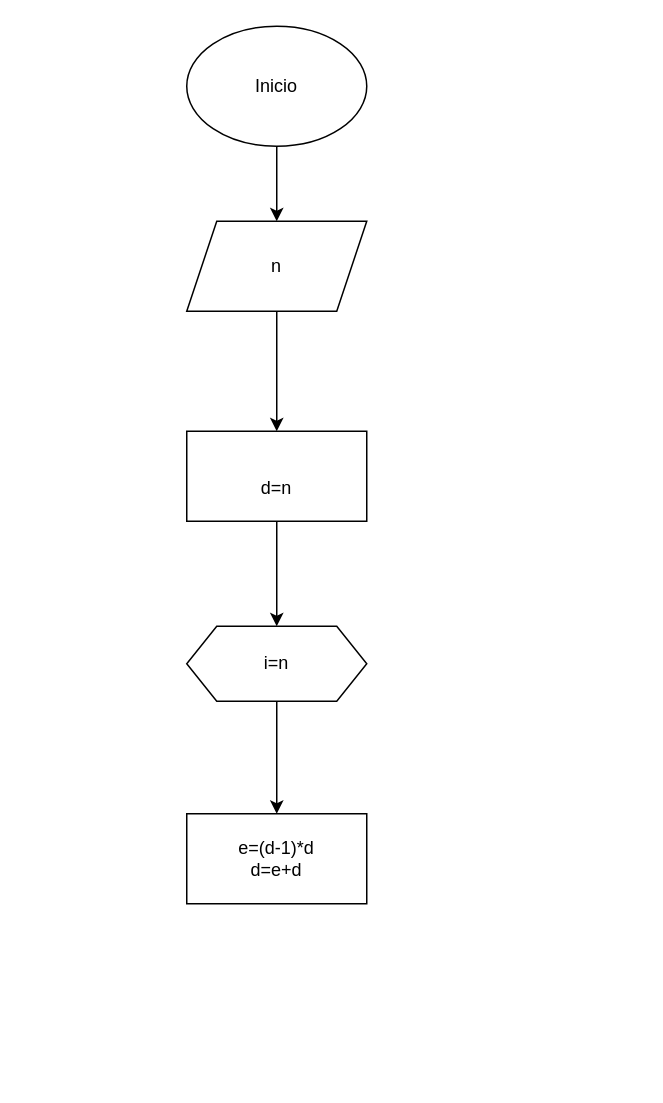
Before: diagrama.drawio in olarte18/factorial, a draw.io diagram. Source tidied: cells renumbered, new cells numbered last; positions are measured from the earlier drawing's top-left corner, leaving out a move shared by most shapes. Both pictures are drawn from the tidied source at 150%, with x=0, y=0 at pixel (186, 26).
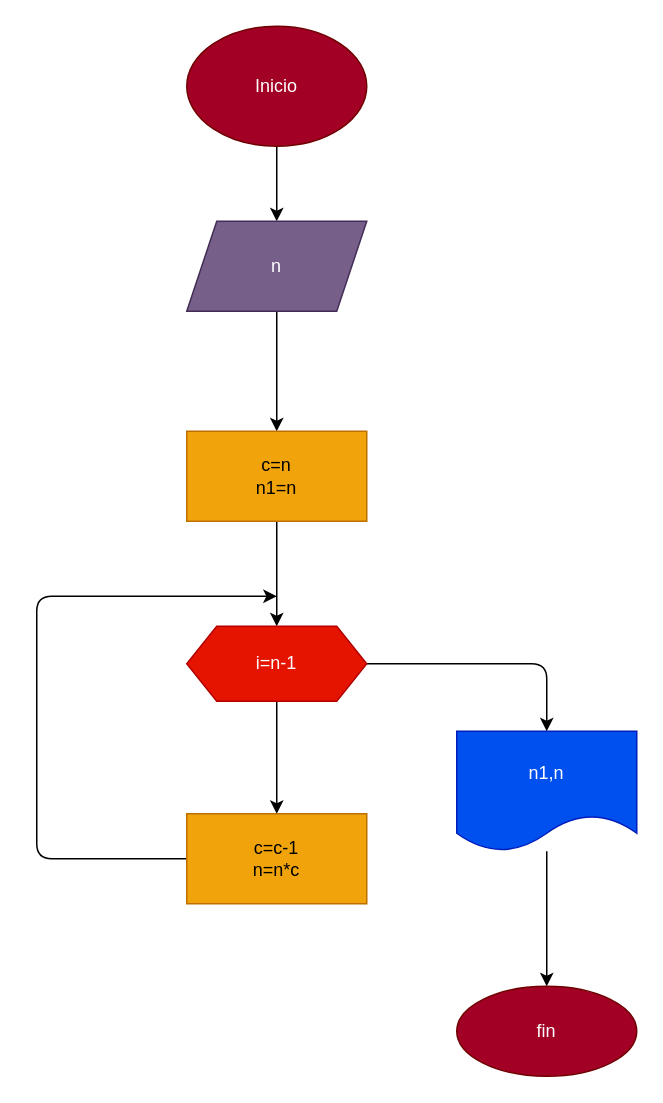
The same diagram, later.

The edit, as a diff of the source:
```diff
@@
 <mxGraphModel>
   <root>
     <mxCell id="0" />
     <mxCell id="1" parent="0" />
     <mxCell id="2" style="edgeStyle=none;html=1;" parent="1" edge="1" source="3" target="5">
       <mxGeometry relative="1" as="geometry" />
     </mxCell>
-    <mxCell id="3" value="Inicio" style="ellipse;whiteSpace=wrap;html=1;" parent="1" vertex="1">
+    <mxCell id="3" value="Inicio" style="ellipse;whiteSpace=wrap;html=1;fillColor=#a20025;fontColor=#ffffff;strokeColor=#6F0000;" parent="1" vertex="1">
       <mxGeometry width="120" height="80" as="geometry" />
     </mxCell>
     <mxCell id="4" style="edgeStyle=none;html=1;" parent="1" edge="1" source="5" target="7">
       <mxGeometry relative="1" as="geometry" />
     </mxCell>
-    <mxCell id="5" value="n" style="shape=parallelogram;perimeter=parallelogramPerimeter;whiteSpace=wrap;html=1;fixedSize=1;" parent="1" vertex="1">
+    <mxCell id="5" value="n" style="shape=parallelogram;perimeter=parallelogramPerimeter;whiteSpace=wrap;html=1;fixedSize=1;fillColor=#76608a;fontColor=#ffffff;strokeColor=#432D57;" parent="1" vertex="1">
       <mxGeometry y="130" width="120" height="60" as="geometry" />
     </mxCell>
     <mxCell id="6" style="edgeStyle=none;html=1;" parent="1" edge="1" source="7" target="9">
       <mxGeometry relative="1" as="geometry" />
     </mxCell>
-    <mxCell id="7" value="&lt;br&gt;d=n" style="whiteSpace=wrap;html=1;" parent="1" vertex="1">
+    <mxCell id="7" value="c=n&lt;br&gt;n1=n" style="whiteSpace=wrap;html=1;fillColor=#f0a30a;fontColor=#000000;strokeColor=#BD7000;" parent="1" vertex="1">
       <mxGeometry y="270" width="120" height="60" as="geometry" />
     </mxCell>
     <mxCell id="8" style="edgeStyle=none;html=1;" parent="1" edge="1" source="9" target="10">
       <mxGeometry relative="1" as="geometry" />
     </mxCell>
+    <mxCell id="11" style="edgeStyle=none;html=1;exitX=1;exitY=0.5;exitDx=0;exitDy=0;" parent="1" edge="1" source="9" target="14">
+      <mxGeometry relative="1" as="geometry">
+        <Array as="points">
+          <mxPoint x="240" y="425" />
+        </Array>
+      </mxGeometry>
+    </mxCell>
-    <mxCell id="9" value="i=n" style="shape=hexagon;perimeter=hexagonPerimeter2;whiteSpace=wrap;html=1;fixedSize=1;" parent="1" vertex="1">
+    <mxCell id="9" value="i=n-1" style="shape=hexagon;perimeter=hexagonPerimeter2;whiteSpace=wrap;html=1;fixedSize=1;fillColor=#e51400;fontColor=#ffffff;strokeColor=#B20000;" parent="1" vertex="1">
       <mxGeometry y="400" width="120" height="50" as="geometry" />
     </mxCell>
+    <mxCell id="12" style="edgeStyle=none;html=1;exitX=0;exitY=0.5;exitDx=0;exitDy=0;" parent="1" edge="1" source="10">
+      <mxGeometry relative="1" as="geometry">
+        <mxPoint x="60" y="380" as="targetPoint" />
+        <Array as="points">
+          <mxPoint x="-100" y="555" />
+          <mxPoint x="-100" y="380" />
+        </Array>
+      </mxGeometry>
+    </mxCell>
-    <mxCell id="10" value="e=(d-1)*d&lt;br&gt;d=e+d" style="whiteSpace=wrap;html=1;" parent="1" vertex="1">
+    <mxCell id="10" value="c=c-1&lt;br&gt;n=n*c&lt;br&gt;" style="whiteSpace=wrap;html=1;fillColor=#f0a30a;fontColor=#000000;strokeColor=#BD7000;" parent="1" vertex="1">
       <mxGeometry y="525" width="120" height="60" as="geometry" />
     </mxCell>
+    <mxCell id="13" style="edgeStyle=none;html=1;" parent="1" edge="1" source="14" target="15">
+      <mxGeometry relative="1" as="geometry" />
+    </mxCell>
+    <mxCell id="14" value="n1,n" style="shape=document;whiteSpace=wrap;html=1;boundedLbl=1;fillColor=#0050ef;fontColor=#ffffff;strokeColor=#001DBC;" parent="1" vertex="1">
+      <mxGeometry x="180" y="470" width="120" height="80" as="geometry" />
+    </mxCell>
+    <mxCell id="15" value="fin" style="ellipse;whiteSpace=wrap;html=1;fillColor=#a20025;fontColor=#ffffff;strokeColor=#6F0000;" parent="1" vertex="1">
+      <mxGeometry x="180" y="640" width="120" height="60" as="geometry" />
+    </mxCell>
   </root>
 </mxGraphModel>
```
